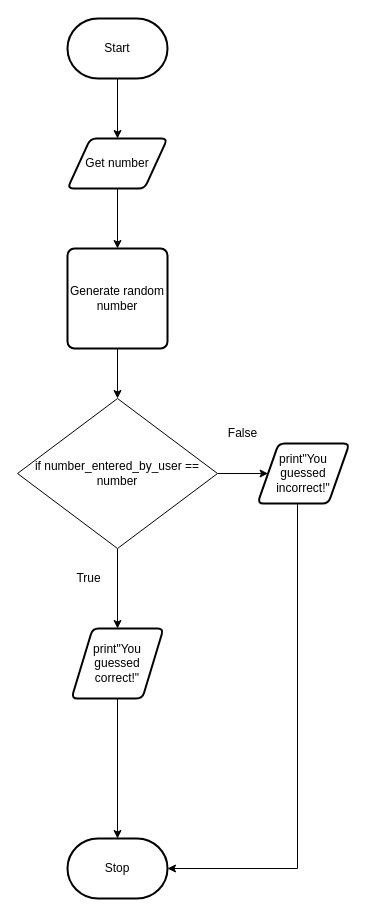
This is flowchart.drawio from michael-clermont1/ICS3U-Unit6-06-Python, a draw.io file, before an edit. Source tidied: cells renumbered, new cells numbered last; positions are measured from the earlier drawing's top-left corner, leaving out a move shared by most shapes. Both pictures are drawn from the tidied source at 100%, with x=0, y=0 at pixel (17, 18).
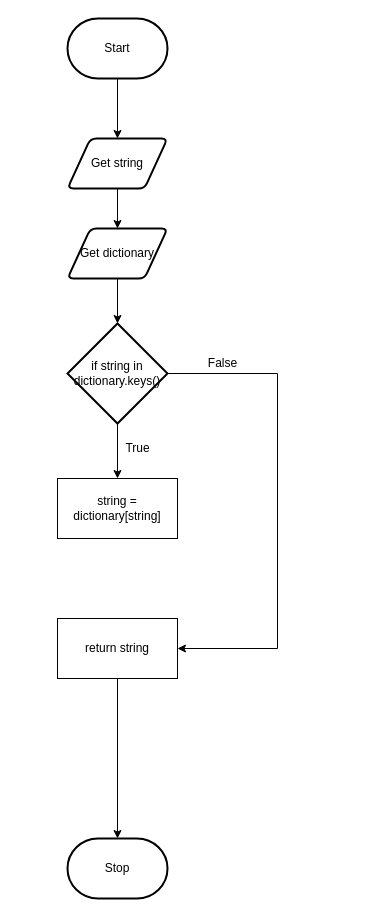
The same page after the edit.

The edit, as a diff of the source:
```diff
@@
 <mxGraphModel>
   <root>
     <mxCell id="0" />
     <mxCell id="1" parent="0" />
-    <mxCell id="2" style="edgeStyle=orthogonalEdgeStyle;rounded=0;html=1;exitX=0.5;exitY=1;exitDx=0;exitDy=0;entryX=0.5;entryY=0;entryDx=0;entryDy=0;" parent="1" edge="1" source="3" target="17">
-      <mxGeometry relative="1" as="geometry" />
-    </mxCell>
+    <mxCell id="18" style="edgeStyle=none;html=1;entryX=0.5;entryY=0;entryDx=0;entryDy=0;" parent="1" edge="1" source="3" target="16">
+      <mxGeometry relative="1" as="geometry" />
+    </mxCell>
-    <mxCell id="3" value="Get number" style="shape=parallelogram;html=1;strokeWidth=2;perimeter=parallelogramPerimeter;whiteSpace=wrap;rounded=1;arcSize=12;size=0.23;" parent="1" vertex="1">
+    <mxCell id="3" value="Get string" style="shape=parallelogram;html=1;strokeWidth=2;perimeter=parallelogramPerimeter;whiteSpace=wrap;rounded=1;arcSize=12;size=0.23;" parent="1" vertex="1">
       <mxGeometry x="50" y="120" width="100" height="50" as="geometry" />
     </mxCell>
     <mxCell id="4" style="edgeStyle=orthogonalEdgeStyle;rounded=0;html=1;entryX=0.5;entryY=0;entryDx=0;entryDy=0;" parent="1" edge="1" source="5" target="3">
       <mxGeometry relative="1" as="geometry" />
     </mxCell>
     <mxCell id="5" value="Start" style="strokeWidth=2;html=1;shape=mxgraph.flowchart.terminator;whiteSpace=wrap;" parent="1" vertex="1">
       <mxGeometry x="50" width="100" height="60" as="geometry" />
     </mxCell>
     <mxCell id="6" value="Stop" style="strokeWidth=2;html=1;shape=mxgraph.flowchart.terminator;whiteSpace=wrap;" parent="1" vertex="1">
       <mxGeometry x="50" y="820" width="100" height="60" as="geometry" />
     </mxCell>
-    <mxCell id="7" style="edgeStyle=orthogonalEdgeStyle;rounded=0;html=1;entryX=0.5;entryY=0;entryDx=0;entryDy=0;entryPerimeter=0;" parent="1" edge="1" source="8" target="6">
-      <mxGeometry relative="1" as="geometry" />
-    </mxCell>
-    <mxCell id="8" value="print&quot;You guessed correct!&quot;" style="shape=parallelogram;html=1;strokeWidth=2;perimeter=parallelogramPerimeter;whiteSpace=wrap;rounded=1;arcSize=12;size=0.23;" parent="1" vertex="1">
-      <mxGeometry x="54" y="610" width="92" height="70" as="geometry" />
-    </mxCell>
-    <mxCell id="9" style="edgeStyle=orthogonalEdgeStyle;rounded=0;html=1;entryX=1;entryY=0.5;entryDx=0;entryDy=0;entryPerimeter=0;" parent="1" edge="1" source="10" target="6">
-      <mxGeometry relative="1" as="geometry">
-        <Array as="points">
-          <mxPoint x="280" y="850" />
-        </Array>
-      </mxGeometry>
-    </mxCell>
-    <mxCell id="10" value="print&quot;You guessed incorrect!&quot;" style="shape=parallelogram;html=1;strokeWidth=2;perimeter=parallelogramPerimeter;whiteSpace=wrap;rounded=1;arcSize=12;size=0.23;" parent="1" vertex="1">
-      <mxGeometry x="240" y="425" width="92" height="60" as="geometry" />
-    </mxCell>
-    <mxCell id="11" style="edgeStyle=none;html=1;entryX=0.5;entryY=0;entryDx=0;entryDy=0;" parent="1" edge="1" source="13" target="8">
-      <mxGeometry relative="1" as="geometry" />
-    </mxCell>
-    <mxCell id="12" style="edgeStyle=orthogonalEdgeStyle;html=1;entryX=0;entryY=0.5;entryDx=0;entryDy=0;" parent="1" edge="1" source="13" target="10">
-      <mxGeometry relative="1" as="geometry" />
-    </mxCell>
-    <mxCell id="13" value="&lt;span&gt;if number_entered_by_user == number&lt;/span&gt;" style="rhombus;whiteSpace=wrap;html=1;" parent="1" vertex="1">
-      <mxGeometry y="380" width="200" height="150" as="geometry" />
-    </mxCell>
     <mxCell id="14" value="False" style="text;html=1;align=center;verticalAlign=middle;fillColor=none;strokeColor=none;rounded=0;" parent="1" vertex="1">
-      <mxGeometry x="200" y="405" width="50" height="20" as="geometry" />
+      <mxGeometry x="180" y="335" width="50" height="20" as="geometry" />
     </mxCell>
     <mxCell id="15" value="True" style="text;html=1;align=center;verticalAlign=middle;fillColor=none;strokeColor=none;rounded=0;" parent="1" vertex="1">
-      <mxGeometry x="51" y="550" width="40" height="20" as="geometry" />
+      <mxGeometry x="100" y="420" width="40" height="20" as="geometry" />
     </mxCell>
+    <mxCell id="19" style="edgeStyle=none;html=1;entryX=0.5;entryY=0;entryDx=0;entryDy=0;entryPerimeter=0;" parent="1" edge="1" source="16" target="22">
+      <mxGeometry relative="1" as="geometry" />
+    </mxCell>
-    <mxCell id="16" style="edgeStyle=orthogonalEdgeStyle;rounded=0;html=1;entryX=0.5;entryY=0;entryDx=0;entryDy=0;" parent="1" edge="1" source="17" target="13">
-      <mxGeometry relative="1" as="geometry" />
+    <mxCell id="16" value="Get dictionary" style="shape=parallelogram;html=1;strokeWidth=2;perimeter=parallelogramPerimeter;whiteSpace=wrap;rounded=1;arcSize=12;size=0.23;" parent="1" vertex="1">
+      <mxGeometry x="50" y="210" width="100" height="50" as="geometry" />
     </mxCell>
-    <mxCell id="17" value="Generate random number" style="rounded=1;whiteSpace=wrap;html=1;absoluteArcSize=1;arcSize=14;strokeWidth=2;" parent="1" vertex="1">
-      <mxGeometry x="50" y="230" width="100" height="100" as="geometry" />
-    </mxCell>
+    <mxCell id="20" style="edgeStyle=none;html=1;entryX=0.5;entryY=0;entryDx=0;entryDy=0;" parent="1" edge="1" source="22" target="23">
+      <mxGeometry relative="1" as="geometry" />
+    </mxCell>
+    <mxCell id="21" style="edgeStyle=orthogonalEdgeStyle;html=1;entryX=1;entryY=0.5;entryDx=0;entryDy=0;rounded=0;" parent="1" edge="1" source="22" target="25">
+      <mxGeometry relative="1" as="geometry">
+        <Array as="points">
+          <mxPoint x="260" y="355" />
+          <mxPoint x="260" y="630" />
+        </Array>
+      </mxGeometry>
+    </mxCell>
+    <mxCell id="22" value="if string in dictionary.keys()" style="strokeWidth=2;html=1;shape=mxgraph.flowchart.decision;whiteSpace=wrap;" parent="1" vertex="1">
+      <mxGeometry x="50" y="305" width="100" height="100" as="geometry" />
+    </mxCell>
+    <mxCell id="23" value="string = dictionary[string]" style="rounded=0;whiteSpace=wrap;html=1;" parent="1" vertex="1">
+      <mxGeometry x="40" y="460" width="120" height="60" as="geometry" />
+    </mxCell>
+    <mxCell id="24" style="edgeStyle=orthogonalEdgeStyle;rounded=0;html=1;entryX=0.5;entryY=0;entryDx=0;entryDy=0;entryPerimeter=0;" parent="1" edge="1" source="25" target="6">
+      <mxGeometry relative="1" as="geometry" />
+    </mxCell>
+    <mxCell id="25" value="return string" style="rounded=0;whiteSpace=wrap;html=1;" parent="1" vertex="1">
+      <mxGeometry x="40" y="600" width="120" height="60" as="geometry" />
+    </mxCell>
   </root>
 </mxGraphModel>
```
